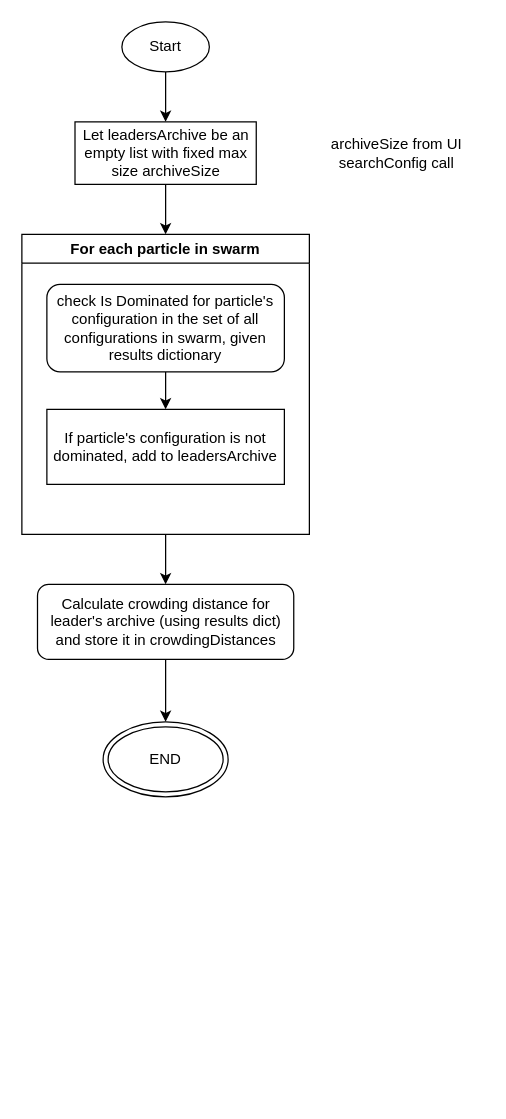
This is page "Initialize Leaders Archive" (3 of 13) of scheme/Orchestrator.drawio from R-a-d-u/PSATSimSimulation, a draw.io file, before an edit. Source tidied: cells renumbered, new cells numbered last; positions are measured from the earlier drawing's top-left corner, leaving out a move shared by most shapes. Both pictures are drawn from the tidied source at 125%, with x=0, y=0 at pixel (21, 21).
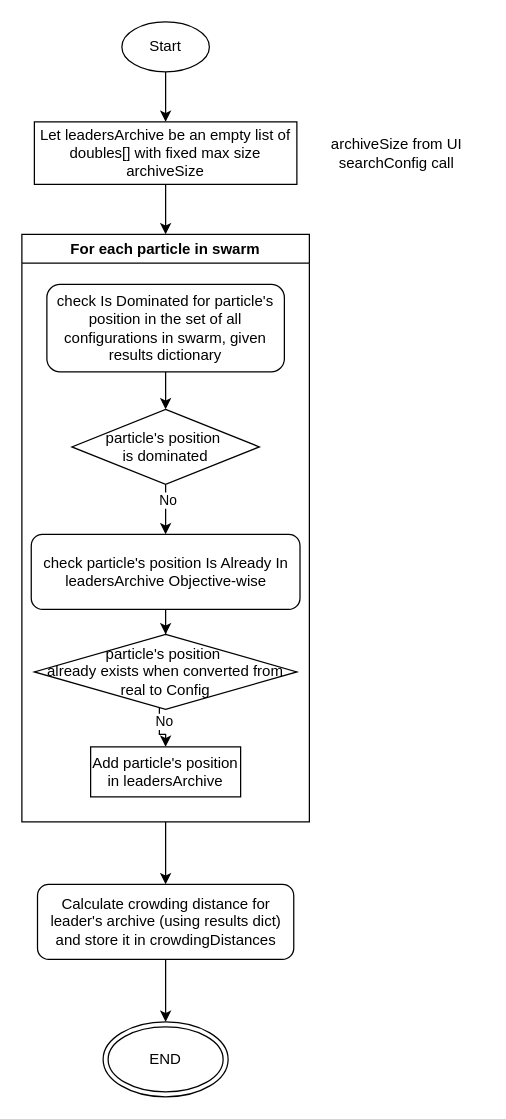
The same diagram, later.

Diff of the diagram source:
```diff
@@
-    <mxCell id="5" value="Let leadersArchive be an empty list with fixed max size archiveSize" style="rounded=0;whiteSpace=wrap;html=1;" parent="1" vertex="1">
-      <mxGeometry x="42.5" y="80" width="145" height="50" as="geometry" />
+    <mxCell id="5" value="Let leadersArchive be an empty list of doubles[] with fixed max size archiveSize" style="rounded=0;whiteSpace=wrap;html=1;" parent="1" vertex="1">
+      <mxGeometry x="10" y="80" width="210" height="50" as="geometry" />
     </mxCell>
@@
     <mxCell id="8" value="For each particle in swarm" style="swimlane;whiteSpace=wrap;html=1;" parent="1" vertex="1">
-      <mxGeometry y="170" width="230" height="240" as="geometry" />
+      <mxGeometry y="170" width="230" height="470" as="geometry" />
     </mxCell>
-    <mxCell id="9" style="edgeStyle=orthogonalEdgeStyle;rounded=0;jettySize=auto;html=1;" parent="8" edge="1" source="10" target="11">
-      <mxGeometry relative="1" as="geometry" />
+    <mxCell id="9" style="edgeStyle=orthogonalEdgeStyle;rounded=0;jettySize=auto;html=1;" parent="8" edge="1" source="10">
+      <mxGeometry relative="1" as="geometry">
+        <mxPoint x="115" y="140" as="targetPoint" />
+      </mxGeometry>
     </mxCell>
-    <mxCell id="10" value="check Is Dominated for particle's configuration in the set of all configurations in swarm, given results dictionary" style="rounded=1;whiteSpace=wrap;html=1;" parent="8" vertex="1">
+    <mxCell id="10" value="check Is Dominated for particle's position in the set of all configurations in swarm, given results dictionary" style="rounded=1;whiteSpace=wrap;html=1;" parent="8" vertex="1">
       <mxGeometry x="20" y="40" width="190" height="70" as="geometry" />
     </mxCell>
-    <mxCell id="11" value="If particle's configuration is not dominated, add to leadersArchive" style="rounded=0;whiteSpace=wrap;html=1;" parent="8" vertex="1">
-      <mxGeometry x="20" y="140" width="190" height="60" as="geometry" />
-    </mxCell>
+    <mxCell id="15" style="edgeStyle=orthogonalEdgeStyle;rounded=0;jettySize=auto;html=1;" parent="8" edge="1" source="17" target="19">
+      <mxGeometry relative="1" as="geometry" />
+    </mxCell>
+    <mxCell id="16" value="No" style="edgeLabel;html=1;align=center;verticalAlign=middle;" parent="15" vertex="1">
+      <mxGeometry x="-0.42" y="1" relative="1" as="geometry" />
+    </mxCell>
+    <mxCell id="17" value="particle's position&amp;nbsp;&lt;div&gt;is dominated&lt;/div&gt;" style="rhombus;whiteSpace=wrap;html=1;" parent="8" vertex="1">
+      <mxGeometry x="40" y="140" width="150" height="60" as="geometry" />
+    </mxCell>
+    <mxCell id="18" style="edgeStyle=orthogonalEdgeStyle;rounded=0;jettySize=auto;html=1;" parent="8" edge="1" source="19" target="22">
+      <mxGeometry relative="1" as="geometry" />
+    </mxCell>
+    <mxCell id="19" value="check particle's position Is Already In leadersArchive Objective-wise" style="rounded=1;whiteSpace=wrap;html=1;" parent="8" vertex="1">
+      <mxGeometry x="7.5" y="240" width="215" height="60" as="geometry" />
+    </mxCell>
+    <mxCell id="20" style="edgeStyle=orthogonalEdgeStyle;rounded=0;jettySize=auto;html=1;" parent="8" edge="1" source="22" target="23">
+      <mxGeometry relative="1" as="geometry">
+        <Array as="points">
+          <mxPoint x="110" y="400" />
+          <mxPoint x="115" y="400" />
+        </Array>
+      </mxGeometry>
+    </mxCell>
+    <mxCell id="21" value="No" style="edgeLabel;html=1;align=center;verticalAlign=middle;" parent="20" vertex="1">
+      <mxGeometry x="-0.4" y="3" relative="1" as="geometry" />
+    </mxCell>
+    <mxCell id="22" value="particle's position&amp;nbsp;&lt;div&gt;already exists when converted from real to Config&lt;/div&gt;" style="rhombus;whiteSpace=wrap;html=1;" parent="8" vertex="1">
+      <mxGeometry x="10" y="320" width="210" height="60" as="geometry" />
+    </mxCell>
+    <mxCell id="23" value="Add particle's position in leadersArchive" style="rounded=0;whiteSpace=wrap;html=1;" parent="8" vertex="1">
+      <mxGeometry x="55" y="410" width="120" height="40" as="geometry" />
+    </mxCell>
     <mxCell id="12" value="END" style="ellipse;shape=doubleEllipse;whiteSpace=wrap;html=1;" parent="1" vertex="1">
-      <mxGeometry x="65" y="560" width="100" height="60" as="geometry" />
+      <mxGeometry x="65" y="800" width="100" height="60" as="geometry" />
     </mxCell>
@@
     <mxCell id="14" value="Calculate crowding distance for leader's archive (using results dict) and store it in crowdingDistances" style="rounded=1;whiteSpace=wrap;html=1;" parent="1" vertex="1">
-      <mxGeometry x="12.5" y="450" width="205" height="60" as="geometry" />
+      <mxGeometry x="12.5" y="690" width="205" height="60" as="geometry" />
     </mxCell>
```
